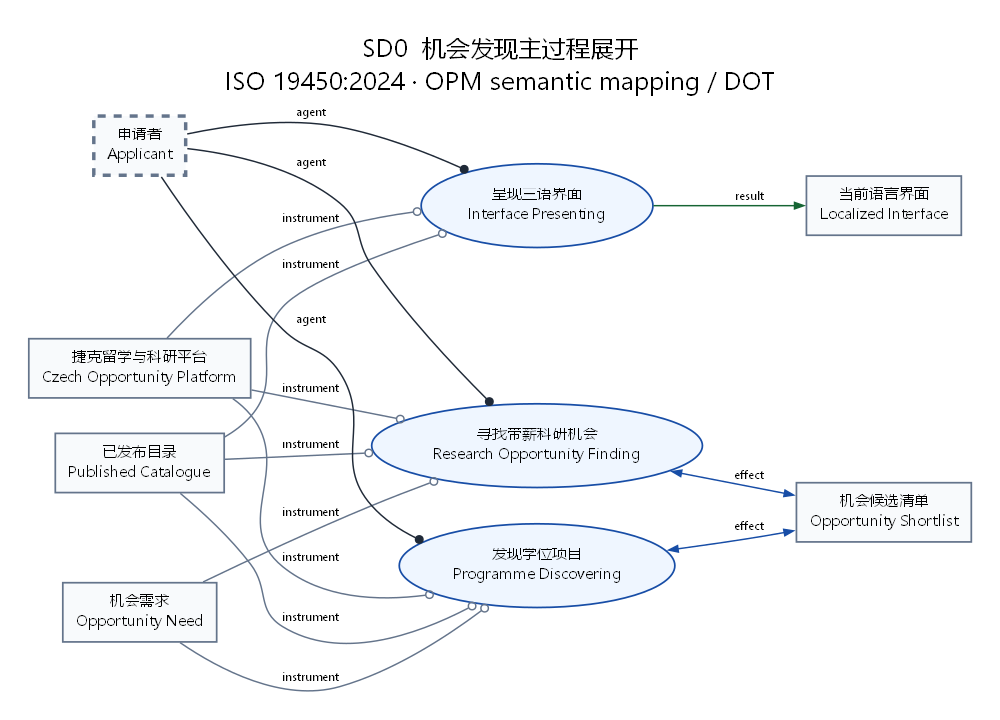
Before: opm/SD0.png, a diagram exported from Graphviz (witold-andelie/Czech-Uni-Application). Its source is kept beside it as opm/SD0.dot.
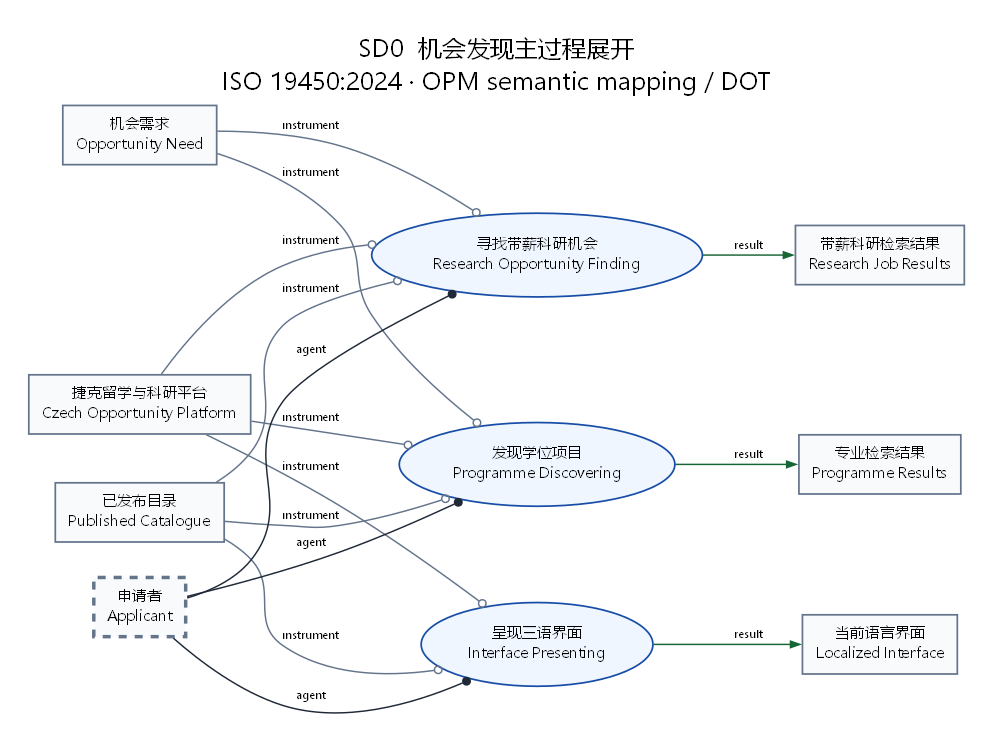
The same file after the commit.

Change to the diagram source:
```diff
@@ -4,25 +4,26 @@
   edge [fontname="Segoe UI", fontsize="9", arrowsize="0.7", penwidth="1.1"];
   catalog [label="已发布目录\nPublished Catalogue", shape="box", style="filled", fillcolor="#F8FAFC", color="#64748B", opm_kind="object"];
   discover [label="发现学位项目\nProgramme Discovering", shape="ellipse", style="filled", fillcolor="#EFF6FF", color="#174DA6", opm_kind="process"];
+  jobresults [label="带薪科研检索结果\nResearch Job Results", shape="box", style="filled", fillcolor="#F8FAFC", color="#64748B", opm_kind="object"];
   need [label="机会需求\nOpportunity Need", shape="box", style="filled", fillcolor="#F8FAFC", color="#64748B", opm_kind="object"];
   platform [label="捷克留学与科研平台\nCzech Opportunity Platform", shape="box", style="filled", fillcolor="#F8FAFC", color="#64748B", opm_kind="object"];
   render [label="呈现三语界面\nInterface Presenting", shape="ellipse", style="filled", fillcolor="#EFF6FF", color="#174DA6", opm_kind="process"];
   research [label="寻找带薪科研机会\nResearch Opportunity Finding", shape="ellipse", style="filled", fillcolor="#EFF6FF", color="#174DA6", opm_kind="process"];
+  results [label="专业检索结果\nProgramme Results", shape="box", style="filled", fillcolor="#F8FAFC", color="#64748B", opm_kind="object"];
   screen [label="当前语言界面\nLocalized Interface", shape="box", style="filled", fillcolor="#F8FAFC", color="#64748B", opm_kind="object"];
-  shortlist [label="机会候选清单\nOpportunity Shortlist", shape="box", style="filled", fillcolor="#F8FAFC", color="#64748B", opm_kind="object"];
   user [label="申请者\nApplicant", shape="box", style="dashed,filled", fillcolor="#F8FAFC", color="#64748B", opm_kind="object", penwidth="2.6"];
   user -> discover [arrowhead="dot", color="#1F2937", label="agent", opm_relation="agent"];
   catalog -> discover [arrowhead="odot", color="#64748B", label="instrument", opm_relation="instrument"];
   need -> discover [arrowhead="odot", color="#64748B", label="instrument", opm_relation="instrument"];
   platform -> discover [arrowhead="odot", color="#64748B", label="instrument", opm_relation="instrument"];
-  discover -> shortlist [dir="both", arrowhead="normal", arrowtail="normal", color="#174DA6", label="effect", opm_relation="effect"];
   user -> research [arrowhead="dot", color="#1F2937", label="agent", opm_relation="agent"];
   catalog -> research [arrowhead="odot", color="#64748B", label="instrument", opm_relation="instrument"];
   need -> research [arrowhead="odot", color="#64748B", label="instrument", opm_relation="instrument"];
   platform -> research [arrowhead="odot", color="#64748B", label="instrument", opm_relation="instrument"];
-  research -> shortlist [dir="both", arrowhead="normal", arrowtail="normal", color="#174DA6", label="effect", opm_relation="effect"];
   user -> render [arrowhead="dot", color="#1F2937", label="agent", opm_relation="agent"];
   platform -> render [arrowhead="odot", color="#64748B", label="instrument", opm_relation="instrument"];
   catalog -> render [arrowhead="odot", color="#64748B", label="instrument", opm_relation="instrument"];
   render -> screen [arrowhead="normal", color="#166534", label="result", opm_relation="result"];
+  discover -> results [arrowhead="normal", color="#166534", label="result", opm_relation="result"];
+  research -> jobresults [arrowhead="normal", color="#166534", label="result", opm_relation="result"];
 }
```
